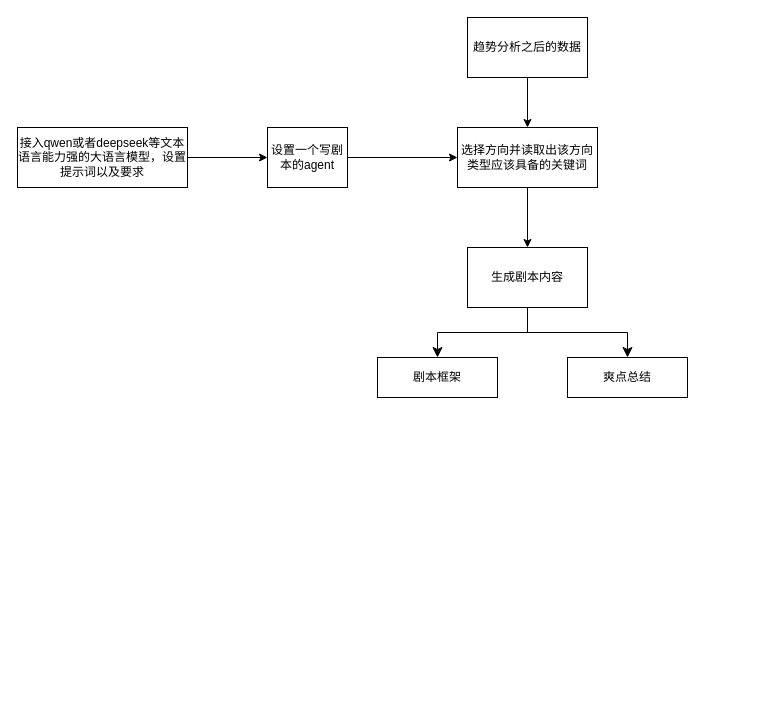
Above: 写剧本.drawio in luser233/test01-2025-07-13 (draw.io), before the change. Source tidied: cells renumbered, new cells numbered last; positions are measured from the earlier drawing's top-left corner, leaving out a move shared by most shapes. Both pictures are drawn from the tidied source at 100%, with x=0, y=0 at pixel (17, 17).
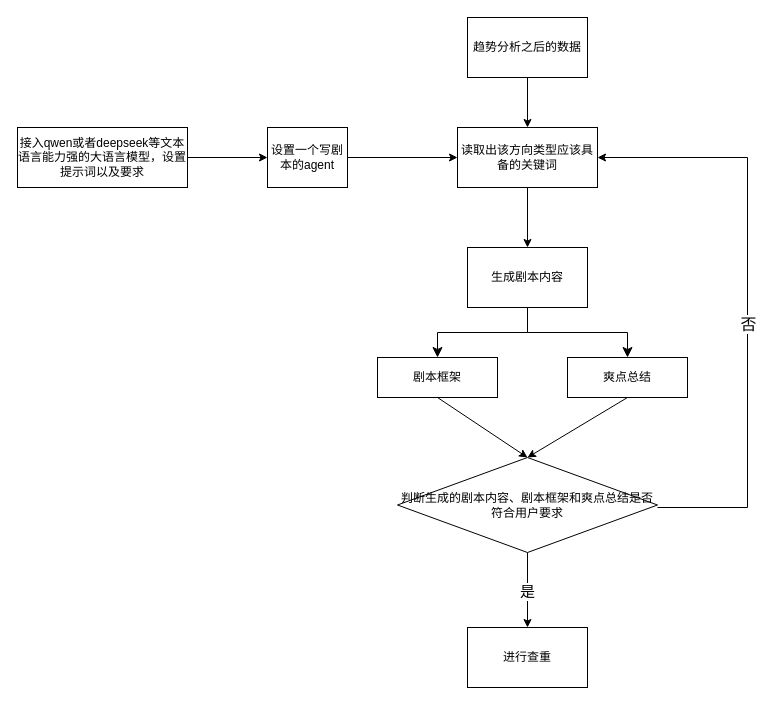
After the change.

Commit message:
更新写剧本.drawio

Change to the diagram source:
```diff
@@
-    <mxCell id="3" value="选择方向并读取出该方向类型应该具备的关键词" style="rounded=0;whiteSpace=wrap;html=1;" parent="1" vertex="1">
+    <mxCell id="3" value="读取出该方向类型应该具备的关键词" style="rounded=0;whiteSpace=wrap;html=1;" parent="1" vertex="1">
       <mxGeometry x="440" y="110" width="140" height="60" as="geometry" />
     </mxCell>
@@
+    <mxCell id="15" value="判断生成的剧本内容、剧本框架和爽点总结是否符合用户要求" style="rhombus;whiteSpace=wrap;html=1;" parent="1" vertex="1">
+      <mxGeometry x="380" y="440" width="260" height="95" as="geometry" />
+    </mxCell>
+    <mxCell id="16" style="endArrow=classic;html=1;rounded=0;entryX=0.5;entryY=0;entryDx=0;entryDy=0;" parent="1" edge="1" target="15">
+      <mxGeometry relative="1" as="geometry">
+        <mxPoint x="420" y="380" as="sourcePoint" />
+      </mxGeometry>
+    </mxCell>
+    <mxCell id="17" style="endArrow=classic;html=1;rounded=0;" parent="1" edge="1">
+      <mxGeometry relative="1" as="geometry">
+        <mxPoint x="610" y="380" as="sourcePoint" />
+        <mxPoint x="510" y="440" as="targetPoint" />
+      </mxGeometry>
+    </mxCell>
+    <mxCell id="18" style="endArrow=classic;html=1;rounded=0;" parent="1" edge="1">
+      <mxGeometry relative="1" as="geometry">
+        <mxPoint x="510" y="535" as="sourcePoint" />
+        <mxPoint x="510" y="610" as="targetPoint" />
+      </mxGeometry>
+    </mxCell>
+    <mxCell id="19" value="&lt;font style=&quot;font-size: 15px;&quot;&gt;是&lt;/font&gt;" style="edgeLabel;html=1;align=center;verticalAlign=middle;" parent="18" vertex="1">
+      <mxGeometry x="0.02" y="-1" relative="1" as="geometry" />
+    </mxCell>
+    <mxCell id="20" style="endArrow=classic;html=1;rounded=0;entryX=1;entryY=0.5;entryDx=0;entryDy=0;" parent="1" edge="1" target="3">
+      <mxGeometry relative="1" as="geometry">
+        <mxPoint x="640" y="490" as="sourcePoint" />
+        <Array as="points">
+          <mxPoint x="730" y="490" />
+          <mxPoint x="730" y="140" />
+        </Array>
+      </mxGeometry>
+    </mxCell>
+    <mxCell id="21" value="&lt;font style=&quot;font-size: 16px;&quot;&gt;否&lt;/font&gt;" style="edgeLabel;html=1;align=center;verticalAlign=middle;" parent="20" vertex="1">
+      <mxGeometry x="-0.07" relative="1" as="geometry" />
+    </mxCell>
+    <mxCell id="22" value="进行查重" style="rounded=0;whiteSpace=wrap;html=1;" parent="1" vertex="1">
+      <mxGeometry x="450" y="610" width="120" height="60" as="geometry" />
+    </mxCell>
```
